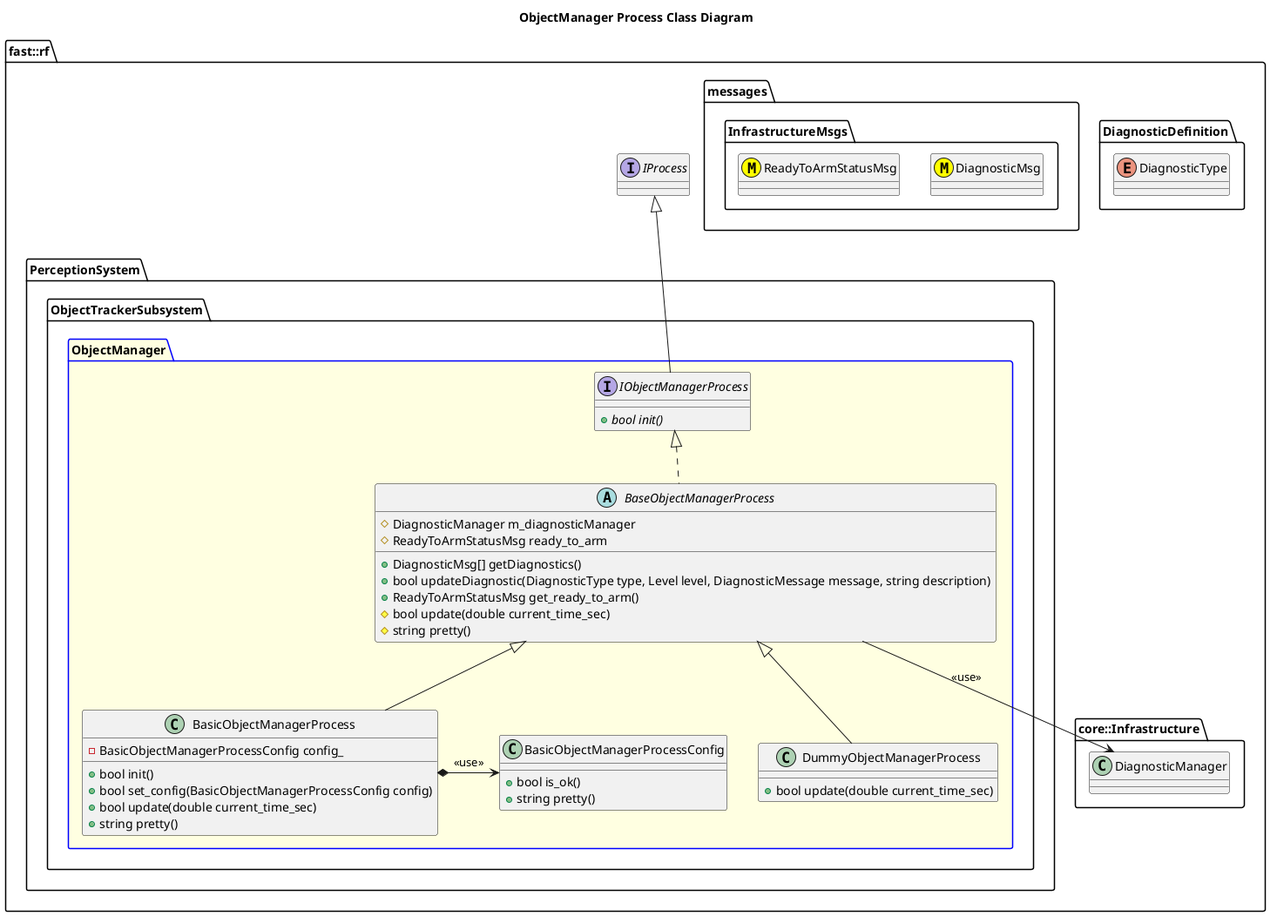
Above: Systems/Perception/Subsystems/ObjectTracker/Processes/ObjectManager/doc/puml/ObjectManagerProcessClassDiagram.png in fastrobotics/robot_framework (PlantUML), before the change.
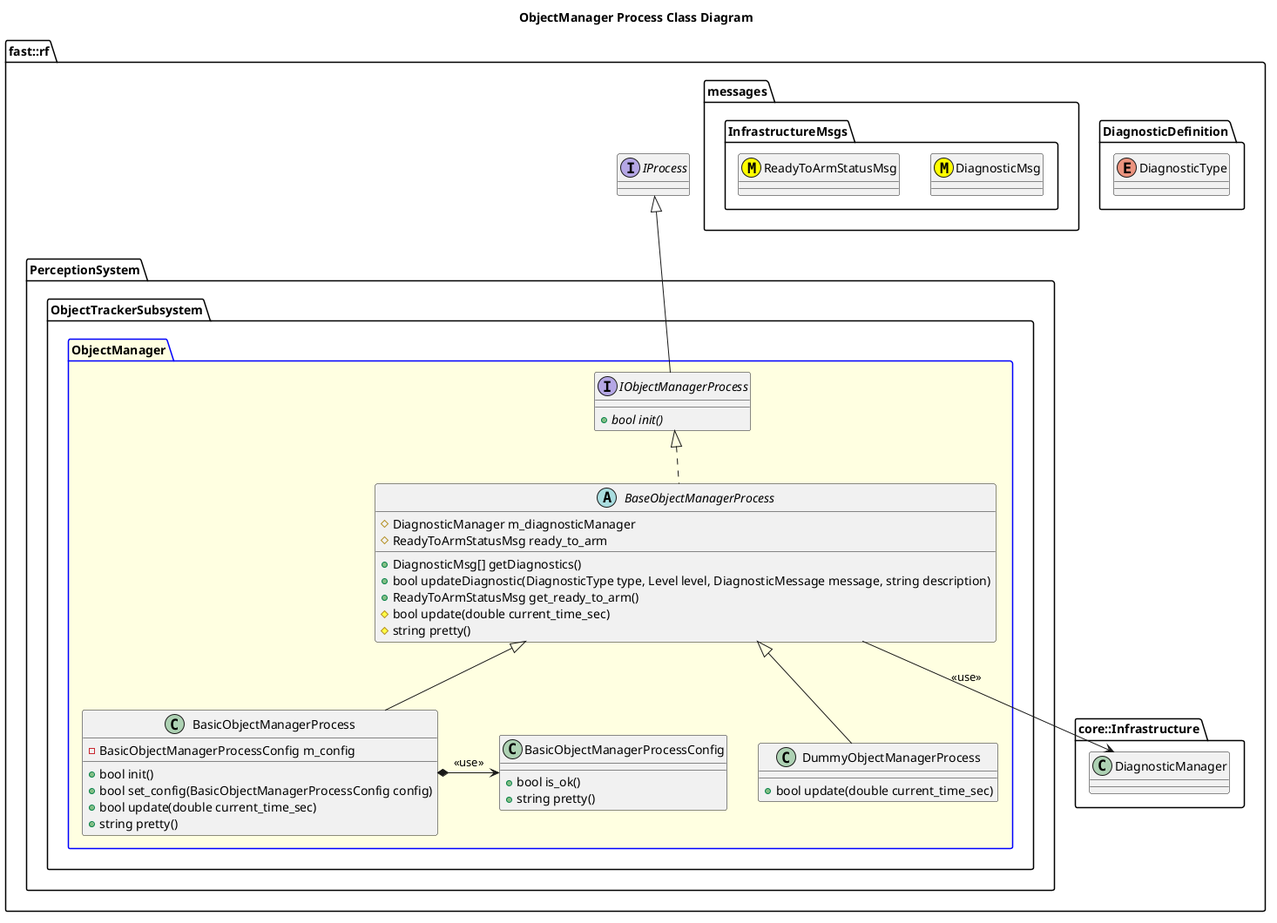
The same file after the commit.

Diff of the diagram source:
```diff
@@ -44,7 +44,7 @@
           +bool set_config(BasicObjectManagerProcessConfig config)
           +bool update(double current_time_sec)
 	  +string pretty()
-          -BasicObjectManagerProcessConfig config_
+          -BasicObjectManagerProcessConfig m_config
         }
         BasicObjectManagerProcess -up-|> BaseObjectManagerProcess
         BasicObjectManagerProcess *-> BasicObjectManagerProcessConfig: <<use>>
```
